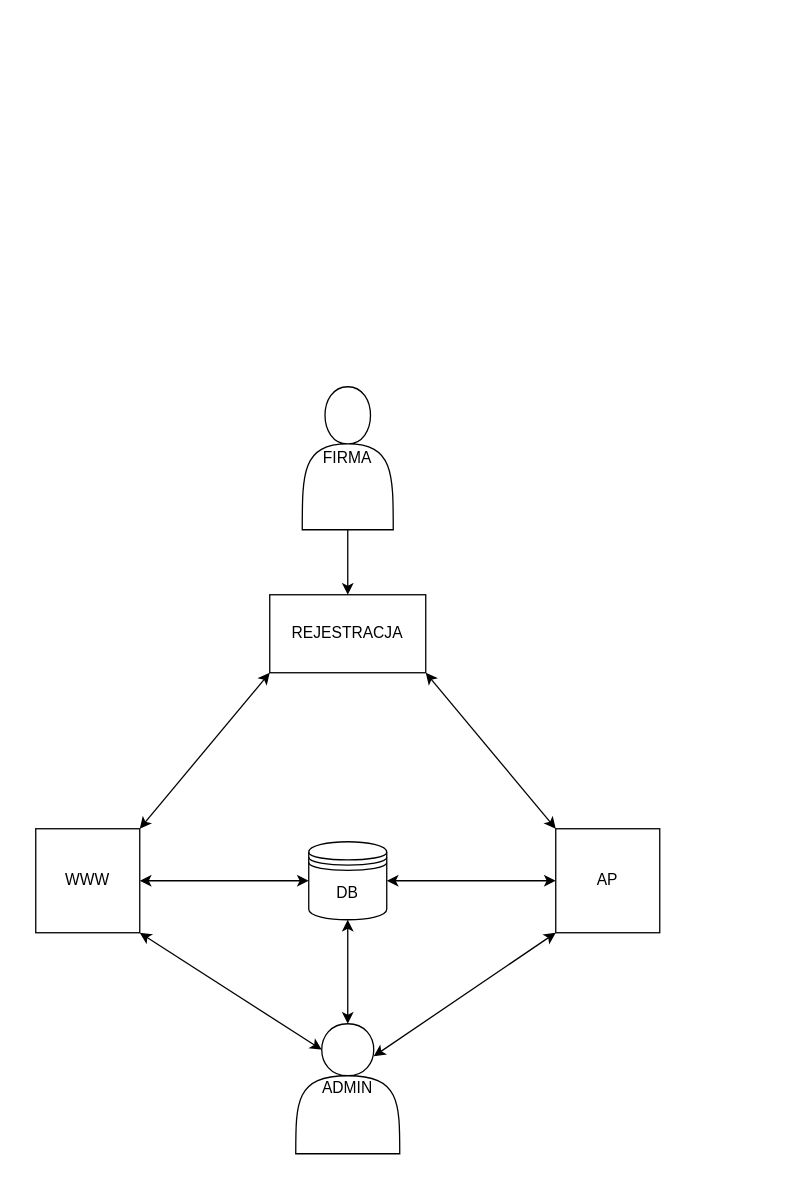
Earlier version of the draw.io diagram INFORMATION/connect.drawio (Man1exter/MAIG-WAREHOUSE). Source tidied: cells renumbered, new cells numbered last; positions are measured from the earlier drawing's top-left corner, leaving out a move shared by most shapes. Both pictures are drawn from the tidied source at 130%, with x=0, y=0 at pixel (35, 386).
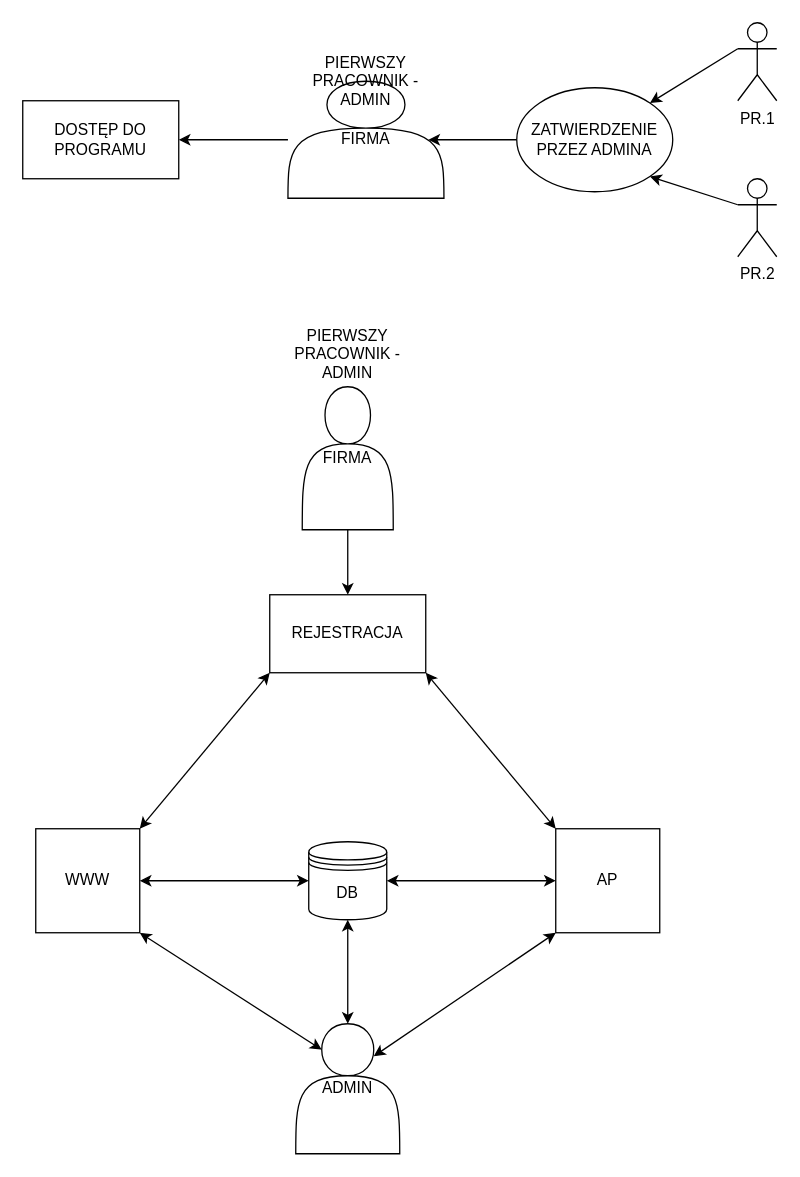
The same diagram, later.

Diff of the diagram source:
```diff
@@
+    <mxCell id="16" value="PIERWSZY PRACOWNIK - ADMIN" style="text;html=1;strokeColor=none;fillColor=none;align=center;verticalAlign=middle;whiteSpace=wrap;rounded=0;" parent="1" vertex="1">
+      <mxGeometry x="195" y="-50" width="90" height="50" as="geometry" />
+    </mxCell>
+    <mxCell id="17" style="edgeStyle=none;html=1;entryX=1;entryY=0.5;entryDx=0;entryDy=0;" parent="1" edge="1" source="18" target="24">
+      <mxGeometry relative="1" as="geometry" />
+    </mxCell>
+    <mxCell id="18" value="FIRMA" style="shape=actor;whiteSpace=wrap;html=1;" parent="1" vertex="1">
+      <mxGeometry x="194" y="-235" width="120" height="90" as="geometry" />
+    </mxCell>
+    <mxCell id="19" value="PIERWSZY PRACOWNIK - ADMIN" style="text;html=1;strokeColor=none;fillColor=none;align=center;verticalAlign=middle;whiteSpace=wrap;rounded=0;" parent="1" vertex="1">
+      <mxGeometry x="209" y="-260" width="90" height="50" as="geometry" />
+    </mxCell>
+    <mxCell id="20" style="edgeStyle=none;html=1;exitX=0;exitY=0.3333333333333333;exitDx=0;exitDy=0;exitPerimeter=0;entryX=1;entryY=1;entryDx=0;entryDy=0;" parent="1" edge="1" source="21" target="26">
+      <mxGeometry relative="1" as="geometry" />
+    </mxCell>
+    <mxCell id="21" value="PR.2" style="shape=umlActor;verticalLabelPosition=bottom;verticalAlign=top;html=1;outlineConnect=0;" parent="1" vertex="1">
+      <mxGeometry x="540" y="-160" width="30" height="60" as="geometry" />
+    </mxCell>
+    <mxCell id="22" style="edgeStyle=none;html=1;exitX=0;exitY=0.3333333333333333;exitDx=0;exitDy=0;exitPerimeter=0;entryX=1;entryY=0;entryDx=0;entryDy=0;" parent="1" edge="1" source="23" target="26">
+      <mxGeometry relative="1" as="geometry" />
+    </mxCell>
+    <mxCell id="23" value="PR.1" style="shape=umlActor;verticalLabelPosition=bottom;verticalAlign=top;html=1;outlineConnect=0;" parent="1" vertex="1">
+      <mxGeometry x="540" y="-280" width="30" height="60" as="geometry" />
+    </mxCell>
+    <mxCell id="24" value="DOSTĘP DO PROGRAMU" style="rounded=0;whiteSpace=wrap;html=1;" parent="1" vertex="1">
+      <mxGeometry x="-10" y="-220" width="120" height="60" as="geometry" />
+    </mxCell>
+    <mxCell id="25" style="edgeStyle=none;html=1;exitX=0;exitY=0.5;exitDx=0;exitDy=0;entryX=0.9;entryY=0.5;entryDx=0;entryDy=0;entryPerimeter=0;" parent="1" edge="1" source="26" target="18">
+      <mxGeometry relative="1" as="geometry" />
+    </mxCell>
+    <mxCell id="26" value="ZATWIERDZENIE PRZEZ ADMINA" style="ellipse;whiteSpace=wrap;html=1;" parent="1" vertex="1">
+      <mxGeometry x="370" y="-230" width="120" height="80" as="geometry" />
+    </mxCell>
```
